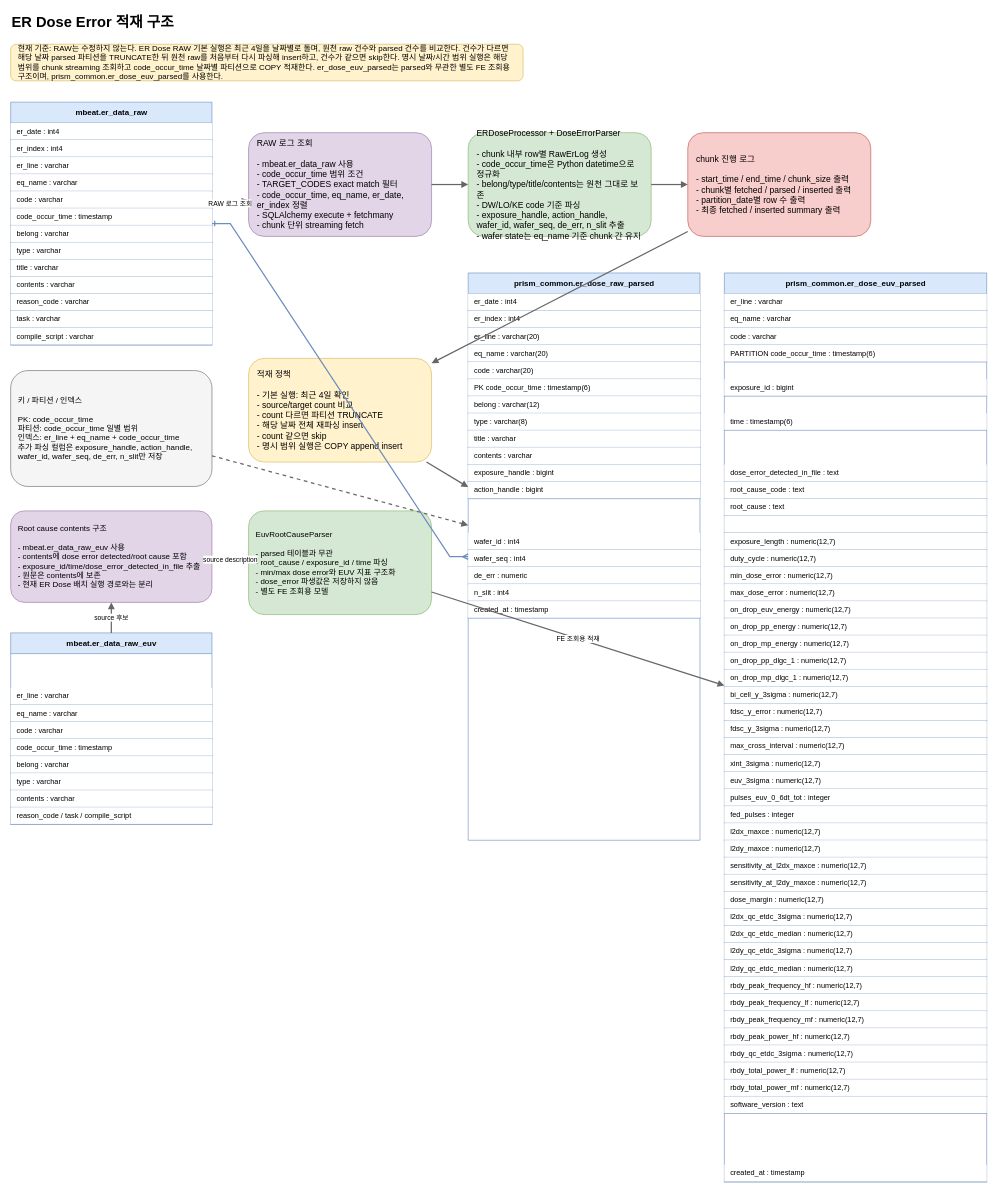
Earlier version of the draw.io diagram docs/er_dose_flow.drawio (junho0831/PythonStudy). Source tidied: cells renumbered, new cells numbered last; positions are measured from the earlier drawing's top-left corner, leaving out a move shared by most shapes. Both pictures are drawn from the tidied source at 61%, with x=0, y=0 at pixel (10, 10).
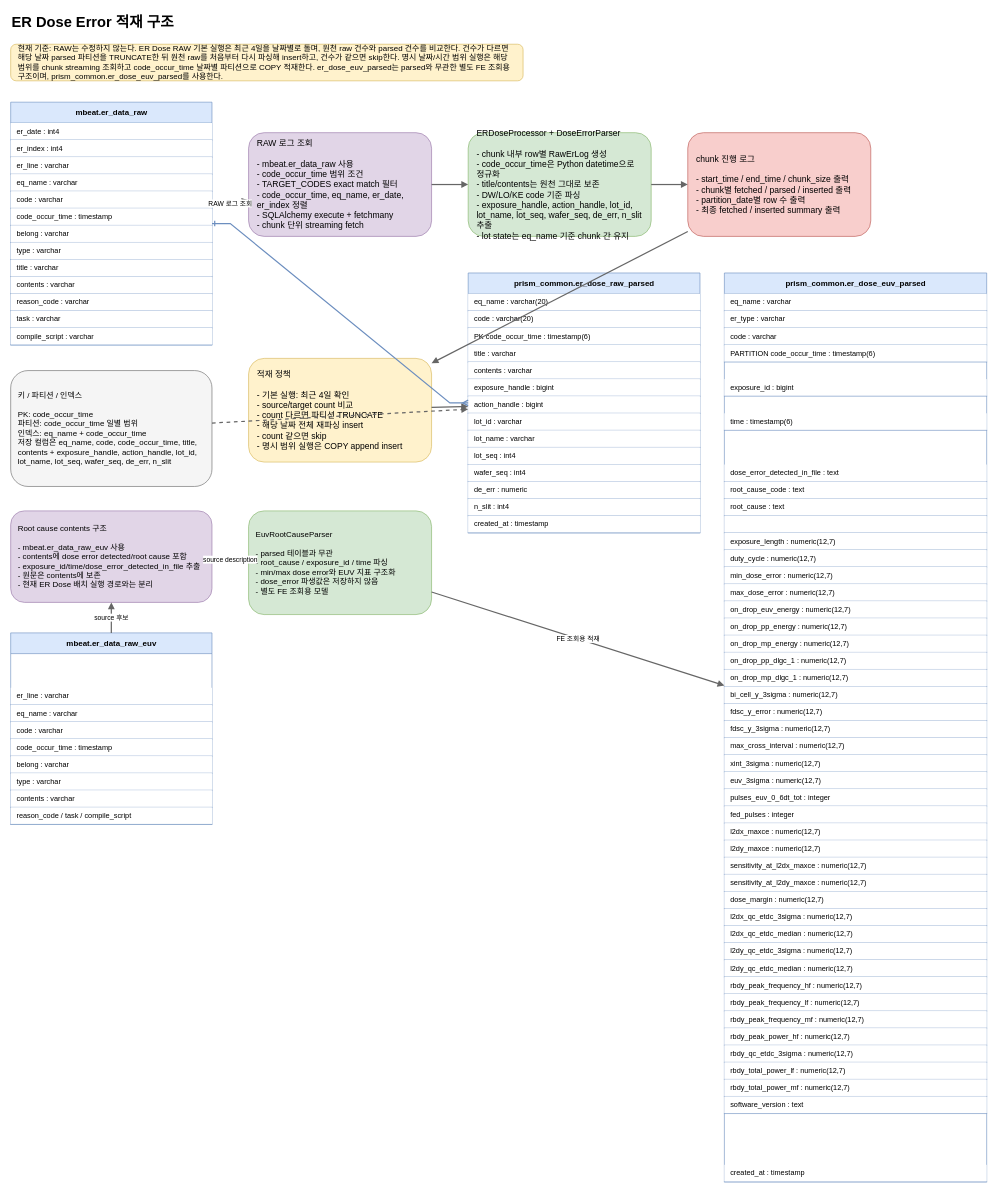
The same page after the edit.

Unchanged cells that the change refers to:
```xml
<mxCell id="52" value="prism_common.er_dose_euv_parsed" style="shape=table;html=1;startSize=34;childLayout=tableLayout;rowLines=0;fillColor=#dae8fc;strokeColor=#6c8ebf;fontSize=13;fontStyle=1;align=center;verticalAlign=middle;" parent="1" vertex="1">
  <mxGeometry x="1170" y="430" width="430" height="1490" as="geometry" />
</mxCell>
```

Change to the diagram source:
```diff
@@
-    <mxCell id="19" value="ERDoseProcessor + DoseErrorParser&#10;&#10;- chunk 내부 row별 RawErLog 생성&#10;- code_occur_time은 Python datetime으로 정규화&#10;- belong/type/title/contents는 원천 그대로 보존&#10;- DW/LO/KE code 기준 파싱&#10;- exposure_handle, action_handle, wafer_id, wafer_seq, de_err, n_slit 추출&#10;- wafer state는 eq_name 기준 chunk 간 유지" style="rounded=1;whiteSpace=wrap;html=1;fillColor=#d5e8d4;strokeColor=#82b366;fontSize=14;align=left;spacing=14;" parent="1" vertex="1">
+    <mxCell id="19" value="ERDoseProcessor + DoseErrorParser&#10;&#10;- chunk 내부 row별 RawErLog 생성&#10;- code_occur_time은 Python datetime으로 정규화&#10;- title/contents는 원천 그대로 보존&#10;- DW/LO/KE code 기준 파싱&#10;- exposure_handle, action_handle, lot_id, lot_name, lot_seq, wafer_seq, de_err, n_slit 추출&#10;- lot state는 eq_name 기준 chunk 간 유지" style="rounded=1;whiteSpace=wrap;html=1;fillColor=#d5e8d4;strokeColor=#82b366;fontSize=14;align=left;spacing=14;" parent="1" vertex="1">
       <mxGeometry x="750" y="200" width="300" height="170" as="geometry" />
     </mxCell>
@@
     <mxCell id="22" value="prism_common.er_dose_raw_parsed" style="shape=table;html=1;startSize=34;childLayout=tableLayout;rowLines=0;fillColor=#dae8fc;strokeColor=#6c8ebf;fontSize=13;fontStyle=1;align=center;verticalAlign=middle;" parent="1" vertex="1">
-      <mxGeometry x="750" y="430" width="380" height="930" as="geometry" />
+      <mxGeometry x="750" y="430" width="380" height="426" as="geometry" />
     </mxCell>
-    <mxCell id="23" value="er_date : int4" style="shape=tableRow;html=1;horizontal=1;startSize=0;top=0;left=0;right=0;bottom=1;fillColor=#ffffff;strokeColor=#6c8ebf;fontSize=12;align=left;verticalAlign=middle;spacingLeft=8;" parent="22" vertex="1">
+    <mxCell id="23" value="eq_name : varchar(20)" style="shape=tableRow;html=1;horizontal=1;startSize=0;top=0;left=0;right=0;bottom=1;fillColor=#ffffff;strokeColor=#6c8ebf;fontSize=12;align=left;verticalAlign=middle;spacingLeft=8;" parent="22" vertex="1">
       <mxGeometry y="34" width="380" height="28" as="geometry" />
     </mxCell>
-    <mxCell id="24" value="er_index : int4" style="shape=tableRow;html=1;horizontal=1;startSize=0;top=0;left=0;right=0;bottom=1;fillColor=#ffffff;strokeColor=#6c8ebf;fontSize=12;align=left;verticalAlign=middle;spacingLeft=8;" parent="22" vertex="1">
+    <mxCell id="24" value="code : varchar(20)" style="shape=tableRow;html=1;horizontal=1;startSize=0;top=0;left=0;right=0;bottom=1;fillColor=#ffffff;strokeColor=#6c8ebf;fontSize=12;align=left;verticalAlign=middle;spacingLeft=8;" parent="22" vertex="1">
       <mxGeometry y="62" width="380" height="28" as="geometry" />
     </mxCell>
-    <mxCell id="25" value="er_line : varchar(20)" style="shape=tableRow;html=1;horizontal=1;startSize=0;top=0;left=0;right=0;bottom=1;fillColor=#ffffff;strokeColor=#6c8ebf;fontSize=12;align=left;verticalAlign=middle;spacingLeft=8;" parent="22" vertex="1">
+    <mxCell id="25" value="PK code_occur_time : timestamp(6)" style="shape=tableRow;html=1;horizontal=1;startSize=0;top=0;left=0;right=0;bottom=1;fillColor=#ffffff;strokeColor=#6c8ebf;fontSize=12;align=left;verticalAlign=middle;spacingLeft=8;" parent="22" vertex="1">
       <mxGeometry y="90" width="380" height="28" as="geometry" />
     </mxCell>
-    <mxCell id="26" value="eq_name : varchar(20)" style="shape=tableRow;html=1;horizontal=1;startSize=0;top=0;left=0;right=0;bottom=1;fillColor=#ffffff;strokeColor=#6c8ebf;fontSize=12;align=left;verticalAlign=middle;spacingLeft=8;" parent="22" vertex="1">
+    <mxCell id="26" value="title : varchar" style="shape=tableRow;html=1;horizontal=1;startSize=0;top=0;left=0;right=0;bottom=1;fillColor=#ffffff;strokeColor=#6c8ebf;fontSize=12;align=left;verticalAlign=middle;spacingLeft=8;" parent="22" vertex="1">
       <mxGeometry y="118" width="380" height="28" as="geometry" />
     </mxCell>
-    <mxCell id="27" value="code : varchar(20)" style="shape=tableRow;html=1;horizontal=1;startSize=0;top=0;left=0;right=0;bottom=1;fillColor=#ffffff;strokeColor=#6c8ebf;fontSize=12;align=left;verticalAlign=middle;spacingLeft=8;" parent="22" vertex="1">
+    <mxCell id="27" value="contents : varchar" style="shape=tableRow;html=1;horizontal=1;startSize=0;top=0;left=0;right=0;bottom=1;fillColor=#ffffff;strokeColor=#6c8ebf;fontSize=12;align=left;verticalAlign=middle;spacingLeft=8;" parent="22" vertex="1">
       <mxGeometry y="146" width="380" height="28" as="geometry" />
     </mxCell>
-    <mxCell id="28" value="PK code_occur_time : timestamp(6)" style="shape=tableRow;html=1;horizontal=1;startSize=0;top=0;left=0;right=0;bottom=1;fillColor=#ffffff;strokeColor=#6c8ebf;fontSize=12;align=left;verticalAlign=middle;spacingLeft=8;" parent="22" vertex="1">
+    <mxCell id="28" value="exposure_handle : bigint" style="shape=tableRow;html=1;horizontal=1;startSize=0;top=0;left=0;right=0;bottom=1;fillColor=#ffffff;strokeColor=#6c8ebf;fontSize=12;align=left;verticalAlign=middle;spacingLeft=8;" parent="22" vertex="1">
       <mxGeometry y="174" width="380" height="28" as="geometry" />
     </mxCell>
-    <mxCell id="29" value="belong : varchar(12)" style="shape=tableRow;html=1;horizontal=1;startSize=0;top=0;left=0;right=0;bottom=1;fillColor=#ffffff;strokeColor=#6c8ebf;fontSize=12;align=left;verticalAlign=middle;spacingLeft=8;" parent="22" vertex="1">
+    <mxCell id="29" value="action_handle : bigint" style="shape=tableRow;html=1;horizontal=1;startSize=0;top=0;left=0;right=0;bottom=1;fillColor=#ffffff;strokeColor=#6c8ebf;fontSize=12;align=left;verticalAlign=middle;spacingLeft=8;" parent="22" vertex="1">
       <mxGeometry y="202" width="380" height="28" as="geometry" />
     </mxCell>
-    <mxCell id="30" value="type : varchar(8)" style="shape=tableRow;html=1;horizontal=1;startSize=0;top=0;left=0;right=0;bottom=1;fillColor=#ffffff;strokeColor=#6c8ebf;fontSize=12;align=left;verticalAlign=middle;spacingLeft=8;" parent="22" vertex="1">
+    <mxCell id="30" value="lot_id : varchar" style="shape=tableRow;html=1;horizontal=1;startSize=0;top=0;left=0;right=0;bottom=1;fillColor=#ffffff;strokeColor=#6c8ebf;fontSize=12;align=left;verticalAlign=middle;spacingLeft=8;" parent="22" vertex="1">
       <mxGeometry y="230" width="380" height="28" as="geometry" />
     </mxCell>
-    <mxCell id="31" value="title : varchar" style="shape=tableRow;html=1;horizontal=1;startSize=0;top=0;left=0;right=0;bottom=1;fillColor=#ffffff;strokeColor=#6c8ebf;fontSize=12;align=left;verticalAlign=middle;spacingLeft=8;" parent="22" vertex="1">
+    <mxCell id="31" value="lot_name : varchar" style="shape=tableRow;html=1;horizontal=1;startSize=0;top=0;left=0;right=0;bottom=1;fillColor=#ffffff;strokeColor=#6c8ebf;fontSize=12;align=left;verticalAlign=middle;spacingLeft=8;" parent="22" vertex="1">
       <mxGeometry y="258" width="380" height="28" as="geometry" />
     </mxCell>
-    <mxCell id="32" value="contents : varchar" style="shape=tableRow;html=1;horizontal=1;startSize=0;top=0;left=0;right=0;bottom=1;fillColor=#ffffff;strokeColor=#6c8ebf;fontSize=12;align=left;verticalAlign=middle;spacingLeft=8;" parent="22" vertex="1">
+    <mxCell id="32" value="lot_seq : int4" style="shape=tableRow;html=1;horizontal=1;startSize=0;top=0;left=0;right=0;bottom=1;fillColor=#ffffff;strokeColor=#6c8ebf;fontSize=12;align=left;verticalAlign=middle;spacingLeft=8;" parent="22" vertex="1">
       <mxGeometry y="286" width="380" height="28" as="geometry" />
     </mxCell>
-    <mxCell id="33" value="exposure_handle : bigint" style="shape=tableRow;html=1;horizontal=1;startSize=0;top=0;left=0;right=0;bottom=1;fillColor=#ffffff;strokeColor=#6c8ebf;fontSize=12;align=left;verticalAlign=middle;spacingLeft=8;" parent="22" vertex="1">
+    <mxCell id="33" value="wafer_seq : int4" style="shape=tableRow;html=1;horizontal=1;startSize=0;top=0;left=0;right=0;bottom=1;fillColor=#ffffff;strokeColor=#6c8ebf;fontSize=12;align=left;verticalAlign=middle;spacingLeft=8;" parent="22" vertex="1">
       <mxGeometry y="314" width="380" height="28" as="geometry" />
     </mxCell>
-    <mxCell id="34" value="action_handle : bigint" style="shape=tableRow;html=1;horizontal=1;startSize=0;top=0;left=0;right=0;bottom=1;fillColor=#ffffff;strokeColor=#6c8ebf;fontSize=12;align=left;verticalAlign=middle;spacingLeft=8;" parent="22" vertex="1">
+    <mxCell id="34" value="de_err : numeric" style="shape=tableRow;html=1;horizontal=1;startSize=0;top=0;left=0;right=0;bottom=1;fillColor=#ffffff;strokeColor=#6c8ebf;fontSize=12;align=left;verticalAlign=middle;spacingLeft=8;" parent="22" vertex="1">
       <mxGeometry y="342" width="380" height="28" as="geometry" />
     </mxCell>
-    <mxCell id="35" value="wafer_id : int4" style="shape=tableRow;html=1;horizontal=1;startSize=0;top=0;left=0;right=0;bottom=1;fillColor=#ffffff;strokeColor=#6c8ebf;fontSize=12;align=left;verticalAlign=middle;spacingLeft=8;" parent="22" vertex="1">
-      <mxGeometry y="426" width="380" height="28" as="geometry" />
-    </mxCell>
-    <mxCell id="36" value="wafer_seq : int4" style="shape=tableRow;html=1;horizontal=1;startSize=0;top=0;left=0;right=0;bottom=1;fillColor=#ffffff;strokeColor=#6c8ebf;fontSize=12;align=left;verticalAlign=middle;spacingLeft=8;" parent="22" vertex="1">
-      <mxGeometry y="454" width="380" height="28" as="geometry" />
-    </mxCell>
-    <mxCell id="37" value="de_err : numeric" style="shape=tableRow;html=1;horizontal=1;startSize=0;top=0;left=0;right=0;bottom=1;fillColor=#ffffff;strokeColor=#6c8ebf;fontSize=12;align=left;verticalAlign=middle;spacingLeft=8;" parent="22" vertex="1">
-      <mxGeometry y="482" width="380" height="28" as="geometry" />
-    </mxCell>
     <mxCell id="38" value="n_slit : int4" style="shape=tableRow;html=1;horizontal=1;startSize=0;top=0;left=0;right=0;bottom=1;fillColor=#ffffff;strokeColor=#6c8ebf;fontSize=12;align=left;verticalAlign=middle;spacingLeft=8;" parent="22" vertex="1">
-      <mxGeometry y="510" width="380" height="28" as="geometry" />
+      <mxGeometry y="370" width="380" height="28" as="geometry" />
     </mxCell>
     <mxCell id="39" value="created_at : timestamp" style="shape=tableRow;html=1;horizontal=1;startSize=0;top=0;left=0;right=0;bottom=1;fillColor=#ffffff;strokeColor=#6c8ebf;fontSize=12;align=left;verticalAlign=middle;spacingLeft=8;" parent="22" vertex="1">
-      <mxGeometry y="538" width="380" height="28" as="geometry" />
+      <mxGeometry y="398" width="380" height="28" as="geometry" />
     </mxCell>
-    <mxCell id="40" value="키 / 파티션 / 인덱스&#10;&#10;PK: code_occur_time&#10;파티션: code_occur_time 일별 범위&#10;인덱스: er_line + eq_name + code_occur_time&#10;추가 파싱 컬럼은 exposure_handle, action_handle, wafer_id, wafer_seq, de_err, n_slit만 저장" style="rounded=1;whiteSpace=wrap;html=1;fillColor=#f5f5f5;strokeColor=#666666;fontSize=13;align=left;spacing=12;" parent="1" vertex="1">
+    <mxCell id="40" value="키 / 파티션 / 인덱스&#10;&#10;PK: code_occur_time&#10;파티션: code_occur_time 일별 범위&#10;인덱스: eq_name + code_occur_time&#10;저장 컬럼은 eq_name, code, code_occur_time, title, contents + exposure_handle, action_handle, lot_id, lot_name, lot_seq, wafer_seq, de_err, n_slit" style="rounded=1;whiteSpace=wrap;html=1;fillColor=#f5f5f5;strokeColor=#666666;fontSize=13;align=left;spacing=12;" parent="1" vertex="1">
       <mxGeometry y="590" width="330" height="190" as="geometry" />
     </mxCell>
@@
-    <mxCell id="53" value="er_line : varchar" style="shape=tableRow;html=1;horizontal=1;startSize=0;top=0;left=0;right=0;bottom=1;fillColor=#ffffff;strokeColor=#6c8ebf;fontSize=12;align=left;verticalAlign=middle;spacingLeft=8;" parent="52" vertex="1">
+    <mxCell id="53" value="eq_name : varchar" style="shape=tableRow;html=1;horizontal=1;startSize=0;top=0;left=0;right=0;bottom=1;fillColor=#ffffff;strokeColor=#6c8ebf;fontSize=12;align=left;verticalAlign=middle;spacingLeft=8;" parent="52" vertex="1">
       <mxGeometry y="34" width="430" height="28" as="geometry" />
     </mxCell>
-    <mxCell id="54" value="eq_name : varchar" style="shape=tableRow;html=1;horizontal=1;startSize=0;top=0;left=0;right=0;bottom=1;fillColor=#ffffff;strokeColor=#6c8ebf;fontSize=12;align=left;verticalAlign=middle;spacingLeft=8;" parent="52" vertex="1">
+    <mxCell id="54" value="er_type : varchar" style="shape=tableRow;html=1;horizontal=1;startSize=0;top=0;left=0;right=0;bottom=1;fillColor=#ffffff;strokeColor=#6c8ebf;fontSize=12;align=left;verticalAlign=middle;spacingLeft=8;" parent="52" vertex="1">
       <mxGeometry y="62" width="430" height="28" as="geometry" />
     </mxCell>
```
